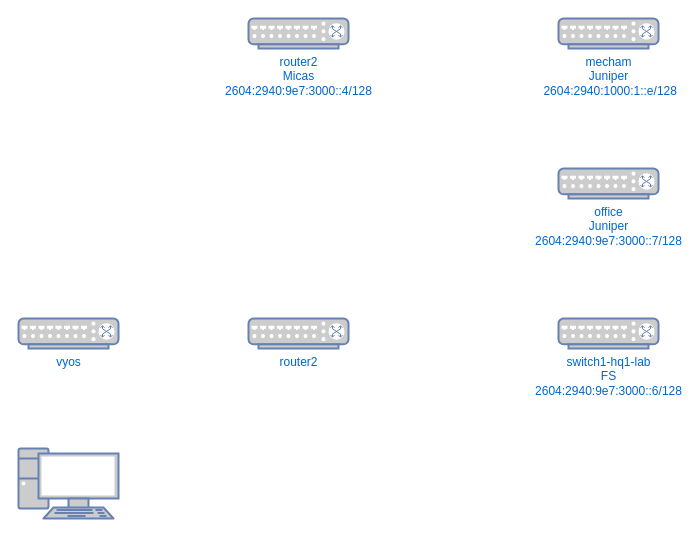
Above: routers.drawio in justindthomas/diagrams (draw.io), before the change. Source tidied: cells renumbered, new cells numbered last; positions are measured from the earlier drawing's top-left corner, leaving out a move shared by most shapes. Both pictures are drawn from the tidied source at 100%, with x=0, y=0 at pixel (18, 18).
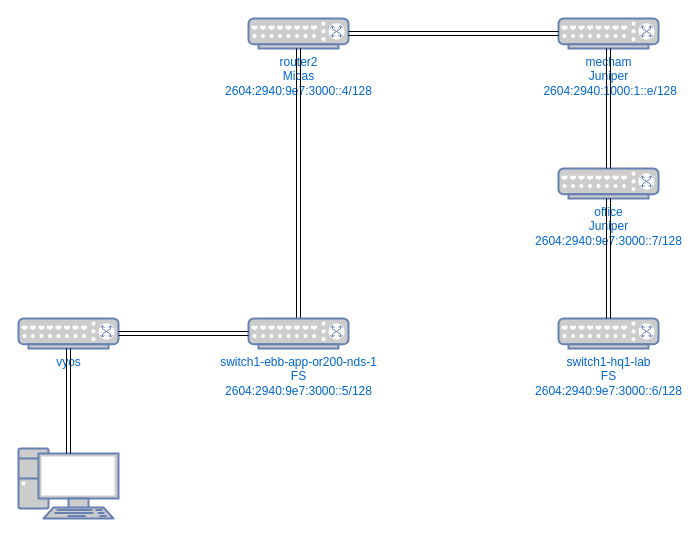
The same page after the edit.

Change to the diagram source:
```diff
@@
 <mxGraphModel>
   <root>
     <mxCell id="0" />
     <mxCell id="1" parent="0" />
     <mxCell id="2" value="&lt;div&gt;router2&lt;/div&gt;&lt;div&gt;Micas&lt;/div&gt;&lt;div&gt;2604:2940:9e7:3000::4/128&lt;br&gt;&lt;/div&gt;" style="fontColor=#0066CC;verticalAlign=top;verticalLabelPosition=bottom;labelPosition=center;align=center;html=1;fillColor=#CCCCCC;strokeColor=#6881B3;gradientColor=none;gradientDirection=north;strokeWidth=2;shape=mxgraph.networks.switch;rounded=1;shadow=0;comic=0;labelBackgroundColor=#ffffff;" parent="1" vertex="1">
       <mxGeometry x="230" width="100" height="30" as="geometry" />
     </mxCell>
     <mxCell id="3" value="&lt;div&gt;switch1-hq1-lab&lt;/div&gt;&lt;div&gt;FS&lt;br&gt;&lt;/div&gt;2604:2940:9e7:3000::6/128" style="fontColor=#0066CC;verticalAlign=top;verticalLabelPosition=bottom;labelPosition=center;align=center;html=1;fillColor=#CCCCCC;strokeColor=#6881B3;gradientColor=none;gradientDirection=north;strokeWidth=2;shape=mxgraph.networks.switch;rounded=1;shadow=0;comic=0;labelBackgroundColor=#ffffff;" parent="1" vertex="1">
       <mxGeometry x="540" y="300" width="100" height="30" as="geometry" />
     </mxCell>
     <mxCell id="4" value="&lt;div&gt;mecham&lt;/div&gt;&lt;div&gt;Juniper&lt;/div&gt;&lt;div&gt;&amp;nbsp;2604:2940:1000:1::e/128&lt;br&gt;&lt;/div&gt;" style="fontColor=#0066CC;verticalAlign=top;verticalLabelPosition=bottom;labelPosition=center;align=center;html=1;fillColor=#CCCCCC;strokeColor=#6881B3;gradientColor=none;gradientDirection=north;strokeWidth=2;shape=mxgraph.networks.switch;rounded=1;shadow=0;comic=0;labelBackgroundColor=#ffffff;" parent="1" vertex="1">
       <mxGeometry x="540" width="100" height="30" as="geometry" />
     </mxCell>
+    <mxCell id="9" style="edgeStyle=none;rounded=0;jettySize=auto;html=1;exitX=0.5;exitY=0;exitDx=0;exitDy=0;exitPerimeter=0;shape=link;" parent="1" edge="1" source="5" target="2">
+      <mxGeometry relative="1" as="geometry" />
+    </mxCell>
-    <mxCell id="5" value="&lt;div&gt;router2&lt;/div&gt;" style="fontColor=#0066CC;verticalAlign=top;verticalLabelPosition=bottom;labelPosition=center;align=center;html=1;fillColor=#CCCCCC;strokeColor=#6881B3;gradientColor=none;gradientDirection=north;strokeWidth=2;shape=mxgraph.networks.switch;rounded=1;shadow=0;comic=0;labelBackgroundColor=#ffffff;" parent="1" vertex="1">
+    <mxCell id="5" value="&lt;div&gt;switch1-ebb-app-or200-nds-1&lt;/div&gt;&lt;div&gt;FS&lt;br&gt;&lt;/div&gt;&lt;div&gt;2604:2940:9e7:3000::5/128&lt;br&gt;&lt;/div&gt;" style="fontColor=#0066CC;verticalAlign=top;verticalLabelPosition=bottom;labelPosition=center;align=center;html=1;fillColor=#CCCCCC;strokeColor=#6881B3;gradientColor=none;gradientDirection=north;strokeWidth=2;shape=mxgraph.networks.switch;rounded=1;shadow=0;comic=0;labelBackgroundColor=#ffffff;" parent="1" vertex="1">
       <mxGeometry x="230" y="300" width="100" height="30" as="geometry" />
     </mxCell>
     <mxCell id="6" value="&lt;div&gt;vyos&lt;/div&gt;" style="fontColor=#0066CC;verticalAlign=top;verticalLabelPosition=bottom;labelPosition=center;align=center;html=1;fillColor=#CCCCCC;strokeColor=#6881B3;gradientColor=none;gradientDirection=north;strokeWidth=2;shape=mxgraph.networks.switch;rounded=1;shadow=0;comic=0;labelBackgroundColor=#ffffff;" parent="1" vertex="1">
       <mxGeometry y="300" width="100" height="30" as="geometry" />
     </mxCell>
     <mxCell id="7" style="fontColor=#0066CC;verticalAlign=top;verticalLabelPosition=bottom;labelPosition=center;align=center;html=1;outlineConnect=0;fillColor=#CCCCCC;strokeColor=#6881B3;gradientColor=none;gradientDirection=north;strokeWidth=2;shape=mxgraph.networks.pc;" parent="1" vertex="1">
       <mxGeometry y="430" width="100" height="70" as="geometry" />
     </mxCell>
     <mxCell id="8" value="&lt;div&gt;office&lt;/div&gt;&lt;div&gt;Juniper&lt;/div&gt;&lt;div&gt;2604:2940:9e7:3000::7/128&lt;br&gt;&lt;/div&gt;" style="fontColor=#0066CC;verticalAlign=top;verticalLabelPosition=bottom;labelPosition=center;align=center;html=1;fillColor=#CCCCCC;strokeColor=#6881B3;gradientColor=none;gradientDirection=north;strokeWidth=2;shape=mxgraph.networks.switch;rounded=1;shadow=0;comic=0;labelBackgroundColor=#ffffff;" parent="1" vertex="1">
       <mxGeometry x="540" y="150" width="100" height="30" as="geometry" />
     </mxCell>
+    <mxCell id="10" style="edgeStyle=none;rounded=0;jettySize=auto;html=1;exitX=1;exitY=0.5;exitDx=0;exitDy=0;exitPerimeter=0;entryX=0;entryY=0.5;entryDx=0;entryDy=0;entryPerimeter=0;shape=link;" parent="1" edge="1" source="6" target="5">
+      <mxGeometry relative="1" as="geometry" />
+    </mxCell>
+    <mxCell id="11" style="edgeStyle=none;rounded=0;jettySize=auto;html=1;exitX=1;exitY=0.5;exitDx=0;exitDy=0;exitPerimeter=0;entryX=0;entryY=0.5;entryDx=0;entryDy=0;entryPerimeter=0;shape=link;" parent="1" edge="1" source="2" target="4">
+      <mxGeometry relative="1" as="geometry" />
+    </mxCell>
+    <mxCell id="12" style="edgeStyle=none;rounded=0;jettySize=auto;html=1;exitX=0.5;exitY=1;exitDx=0;exitDy=0;exitPerimeter=0;entryX=0.5;entryY=0;entryDx=0;entryDy=0;entryPerimeter=0;shape=link;" parent="1" edge="1" source="4" target="8">
+      <mxGeometry relative="1" as="geometry" />
+    </mxCell>
+    <mxCell id="13" style="edgeStyle=none;rounded=0;jettySize=auto;html=1;exitX=0.5;exitY=1;exitDx=0;exitDy=0;exitPerimeter=0;entryX=0.5;entryY=0;entryDx=0;entryDy=0;entryPerimeter=0;shape=link;" parent="1" edge="1" source="8" target="3">
+      <mxGeometry relative="1" as="geometry" />
+    </mxCell>
+    <mxCell id="14" style="edgeStyle=none;rounded=0;jettySize=auto;html=1;exitX=0.5;exitY=1;exitDx=0;exitDy=0;exitPerimeter=0;entryX=0.5;entryY=0.07;entryDx=0;entryDy=0;entryPerimeter=0;shape=link;" parent="1" edge="1" source="6" target="7">
+      <mxGeometry relative="1" as="geometry" />
+    </mxCell>
   </root>
 </mxGraphModel>
```
